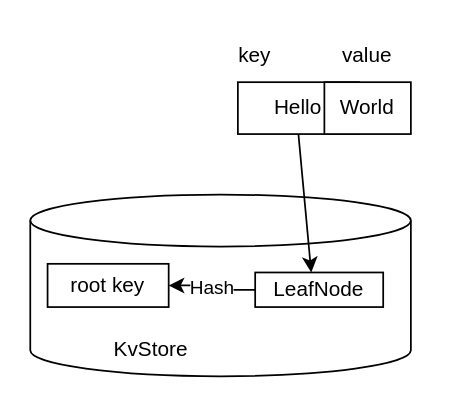
starcoinorg/starcoin-cookbook keeps this draw.io diagram as page "empty_tree_insert" (2 of 7) of static/smt.drawio. Above is the earlier version. Source tidied: cells renumbered, new cells numbered last; positions are measured from the earlier drawing's top-left corner, leaving out a move shared by most shapes. Both pictures are drawn from the tidied source at 173%, with x=0, y=0 at pixel (29, 29).
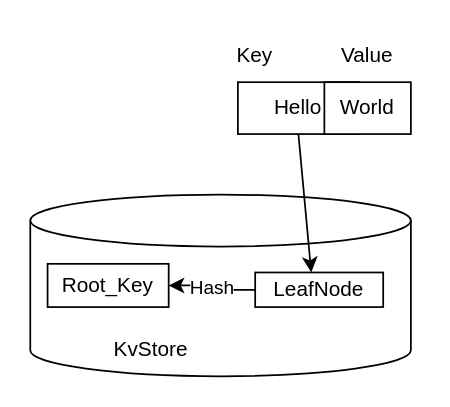
After the change.

Diff of the diagram source:
```diff
@@
 <mxGraphModel>
   <root>
     <mxCell id="0" />
     <mxCell id="1" parent="0" />
     <mxCell id="2" value="Hello" style="rounded=0;whiteSpace=wrap;html=1;" parent="1" vertex="1">
       <mxGeometry x="120" y="30" width="70" height="30" as="geometry" />
     </mxCell>
-    <mxCell id="3" value="key" style="text;html=1;strokeColor=none;fillColor=none;align=center;verticalAlign=middle;whiteSpace=wrap;rounded=0;" parent="1" vertex="1">
+    <mxCell id="3" value="Key" style="text;html=1;strokeColor=none;fillColor=none;align=center;verticalAlign=middle;whiteSpace=wrap;rounded=0;" parent="1" vertex="1">
       <mxGeometry x="100" width="60" height="30" as="geometry" />
     </mxCell>
     <mxCell id="4" value="World" style="rounded=0;whiteSpace=wrap;html=1;" parent="1" vertex="1">
       <mxGeometry x="170" y="30" width="50" height="30" as="geometry" />
     </mxCell>
-    <mxCell id="5" value="value" style="text;html=1;strokeColor=none;fillColor=none;align=center;verticalAlign=middle;whiteSpace=wrap;rounded=0;" parent="1" vertex="1">
+    <mxCell id="5" value="Value" style="text;html=1;strokeColor=none;fillColor=none;align=center;verticalAlign=middle;whiteSpace=wrap;rounded=0;" parent="1" vertex="1">
       <mxGeometry x="165" width="60" height="30" as="geometry" />
     </mxCell>
     <mxCell id="6" style="shape=cylinder3;whiteSpace=wrap;html=1;boundedLbl=1;backgroundOutline=1;size=15;" parent="1" vertex="1">
       <mxGeometry y="95" width="220" height="105" as="geometry" />
     </mxCell>
     <mxCell id="7" style="endArrow=classic;html=1;rounded=0;exitX=0.5;exitY=1;exitDx=0;exitDy=0;entryX=0.438;entryY=0;entryDx=0;entryDy=0;entryPerimeter=0;" parent="1" edge="1" source="2" target="9">
       <mxGeometry relative="1" as="geometry" />
     </mxCell>
     <mxCell id="8" value="Hash" style="edgeStyle=orthogonalEdgeStyle;rounded=0;jettySize=auto;html=1;" parent="1" edge="1" source="9" target="10">
       <mxGeometry relative="1" as="geometry" />
     </mxCell>
     <mxCell id="9" value="LeafNode" style="rounded=0;whiteSpace=wrap;html=1;" parent="1" vertex="1">
       <mxGeometry x="130" y="140" width="74" height="20" as="geometry" />
     </mxCell>
-    <mxCell id="10" value="root key" style="rounded=0;whiteSpace=wrap;html=1;" parent="1" vertex="1">
+    <mxCell id="10" value="Root_Key" style="rounded=0;whiteSpace=wrap;html=1;" parent="1" vertex="1">
       <mxGeometry x="10" y="135" width="70" height="25" as="geometry" />
     </mxCell>
     <mxCell id="11" value="KvStore" style="text;html=1;strokeColor=none;fillColor=none;align=center;verticalAlign=middle;whiteSpace=wrap;rounded=0;" parent="1" vertex="1">
       <mxGeometry x="40" y="170" width="60" height="30" as="geometry" />
     </mxCell>
   </root>
 </mxGraphModel>
```
